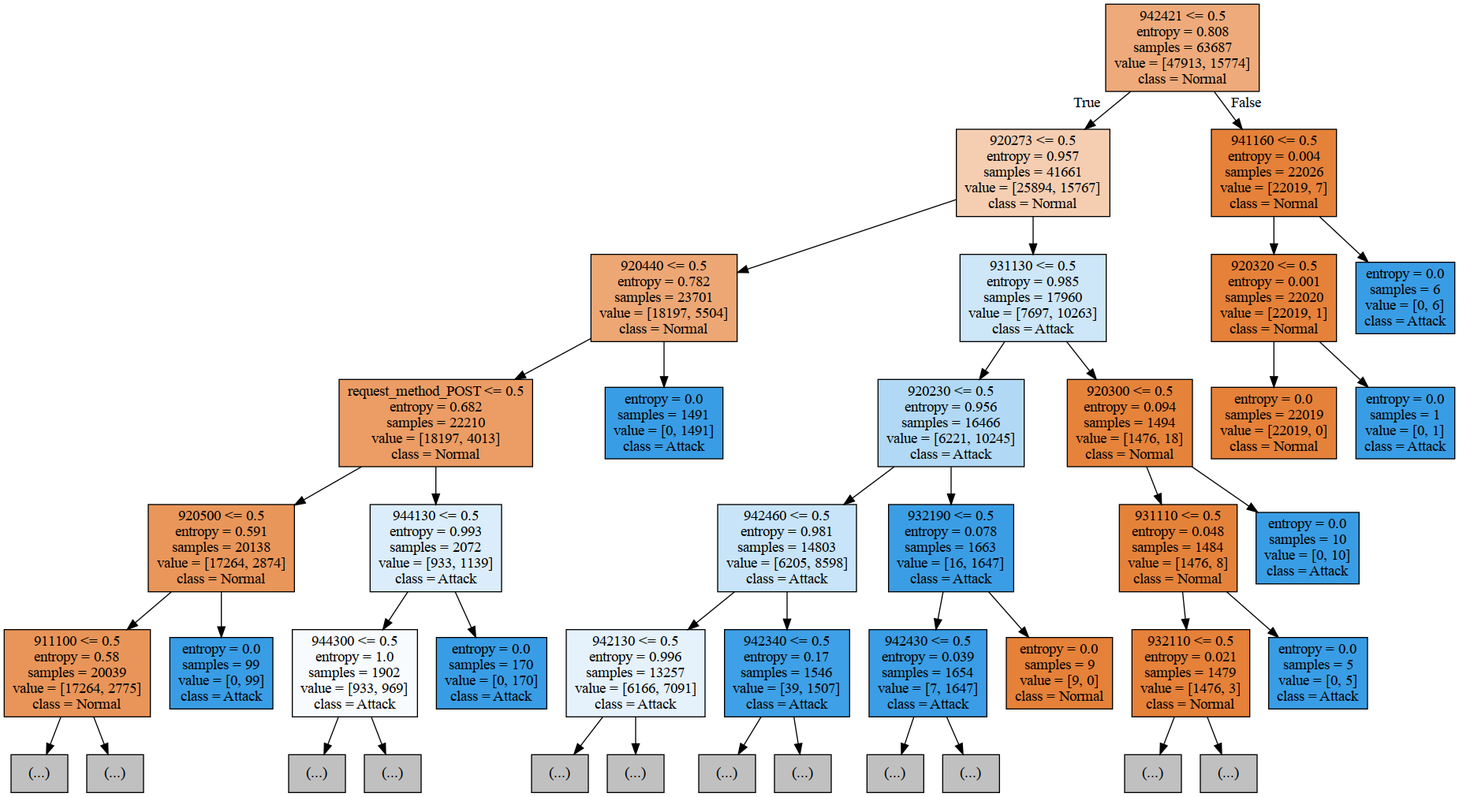
Earlier version of the Graphviz export ml-model/decision_tree.png (ngoctint1lvc/waf). Its source is kept beside it as ml-model/decision_tree.dot.
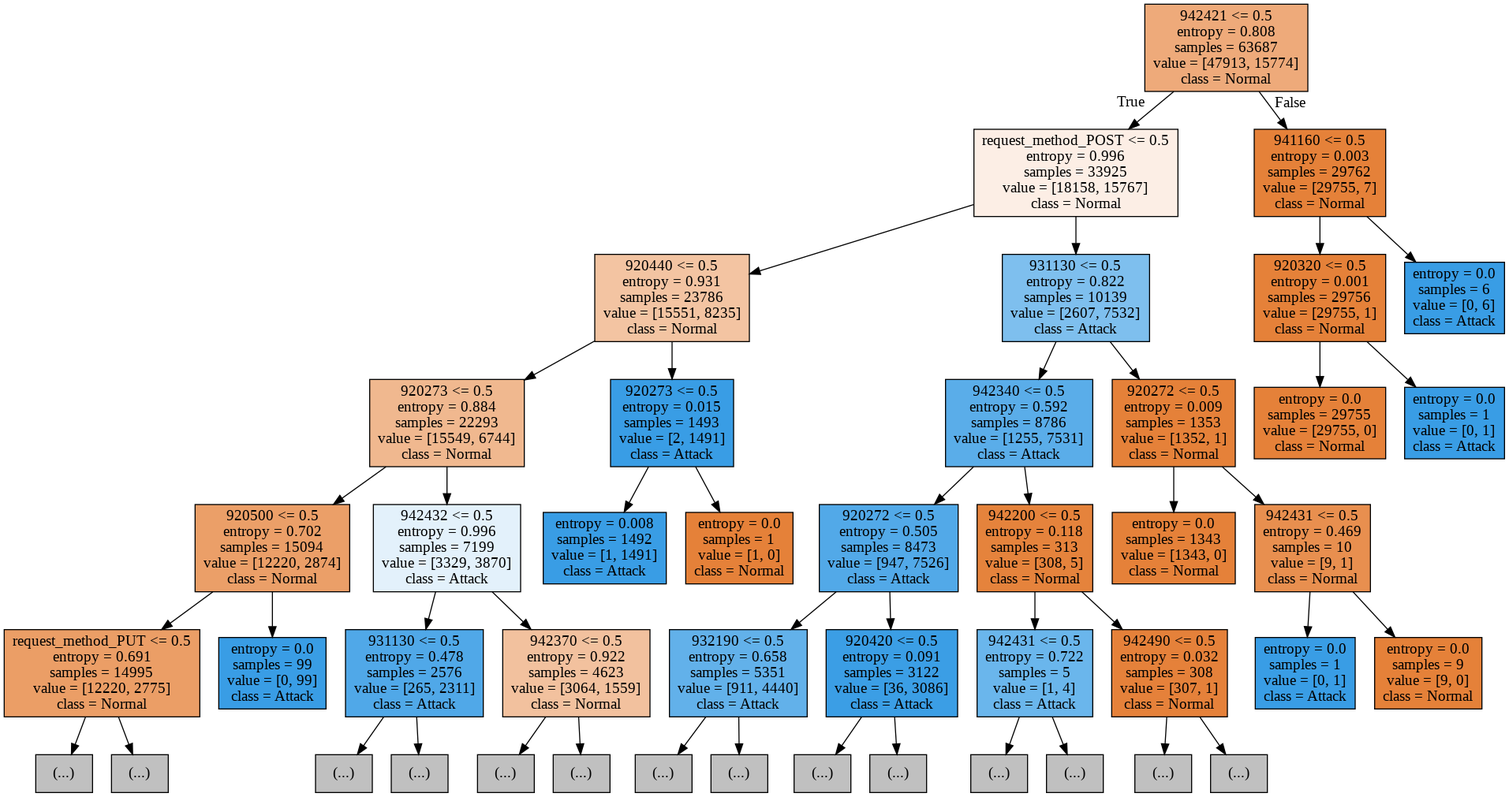
Above is the later version.

What changed in the source:
```diff
@@ -1,84 +1,112 @@
 digraph Tree {
 node [shape=box, style="filled", color="black"] ;
-0 [label="942421 <= 0.5\nentropy = 0.808\nsamples = 63687\nvalue = [47913, 15774]\nclass = Normal", fillcolor="#eeaa7a"] ;
-1 [label="920273 <= 0.5\nentropy = 0.957\nsamples = 41661\nvalue = [25894, 15767]\nclass = Normal", fillcolor="#f5ceb2"] ;
+0 [label="942421 <= 0.5\nentropy = 0.65\nsamples = 141158\nvalue = [117646, 23512]\nclass = Normal", fillcolor="#ea9a61"] ;
+1 [label="920273 <= 0.5\nentropy = 0.84\nsamples = 87431\nvalue = [63931, 23500]\nclass = Normal", fillcolor="#efaf82"] ;
 0 -> 1 [labeldistance=2.5, labelangle=45, headlabel="True"] ;
-2 [label="920440 <= 0.5\nentropy = 0.782\nsamples = 23701\nvalue = [18197, 5504]\nclass = Normal", fillcolor="#eda775"] ;
+2 [label="920440 <= 0.5\nentropy = 0.619\nsamples = 53155\nvalue = [44995, 8160]\nclass = Normal", fillcolor="#ea985d"] ;
 1 -> 2 ;
-3 [label="request_method_POST <= 0.5\nentropy = 0.682\nsamples = 22210\nvalue = [18197, 4013]\nclass = Normal", fillcolor="#eb9d65"] ;
+3 [label="request_method_POST <= 0.5\nentropy = 0.52\nsamples = 50943\nvalue = [44992, 5951]\nclass = Normal", fillcolor="#e89253"] ;
 2 -> 3 ;
-4 [label="920500 <= 0.5\nentropy = 0.591\nsamples = 20138\nvalue = [17264, 2874]\nclass = Normal", fillcolor="#e9965a"] ;
+4 [label="920500 <= 0.5\nentropy = 0.442\nsamples = 46895\nvalue = [42599, 4296]\nclass = Normal", fillcolor="#e88e4d"] ;
 3 -> 4 ;
-5 [label="911100 <= 0.5\nentropy = 0.58\nsamples = 20039\nvalue = [17264, 2775]\nclass = Normal", fillcolor="#e99559"] ;
+5 [label="request_method_PUT <= 0.5\nentropy = 0.431\nsamples = 46735\nvalue = [42599, 4136]\nclass = Normal", fillcolor="#e88d4c"] ;
 4 -> 5 ;
 6 [label="(...)", fillcolor="#C0C0C0"] ;
 5 -> 6 ;
-43 [label="(...)", fillcolor="#C0C0C0"] ;
-5 -> 43 ;
-44 [label="entropy = 0.0\nsamples = 99\nvalue = [0, 99]\nclass = Attack", fillcolor="#399de5"] ;
-4 -> 44 ;
-45 [label="944130 <= 0.5\nentropy = 0.993\nsamples = 2072\nvalue = [933, 1139]\nclass = Attack", fillcolor="#dbedfa"] ;
-3 -> 45 ;
-46 [label="944300 <= 0.5\nentropy = 1.0\nsamples = 1902\nvalue = [933, 969]\nclass = Attack", fillcolor="#f8fbfe"] ;
-45 -> 46 ;
-47 [label="(...)", fillcolor="#C0C0C0"] ;
-46 -> 47 ;
-60 [label="(...)", fillcolor="#C0C0C0"] ;
-46 -> 60 ;
-61 [label="entropy = 0.0\nsamples = 170\nvalue = [0, 170]\nclass = Attack", fillcolor="#399de5"] ;
-45 -> 61 ;
-62 [label="entropy = 0.0\nsamples = 1491\nvalue = [0, 1491]\nclass = Attack", fillcolor="#399de5"] ;
-2 -> 62 ;
-63 [label="931130 <= 0.5\nentropy = 0.985\nsamples = 17960\nvalue = [7697, 10263]\nclass = Attack", fillcolor="#cde6f8"] ;
-1 -> 63 ;
-64 [label="920230 <= 0.5\nentropy = 0.956\nsamples = 16466\nvalue = [6221, 10245]\nclass = Attack", fillcolor="#b1d9f5"] ;
-63 -> 64 ;
-65 [label="942460 <= 0.5\nentropy = 0.981\nsamples = 14803\nvalue = [6205, 8598]\nclass = Attack", fillcolor="#c8e4f8"] ;
-64 -> 65 ;
-66 [label="942130 <= 0.5\nentropy = 0.996\nsamples = 13257\nvalue = [6166, 7091]\nclass = Attack", fillcolor="#e5f2fc"] ;
-65 -> 66 ;
-67 [label="(...)", fillcolor="#C0C0C0"] ;
-66 -> 67 ;
-130 [label="(...)", fillcolor="#C0C0C0"] ;
-66 -> 130 ;
-145 [label="942340 <= 0.5\nentropy = 0.17\nsamples = 1546\nvalue = [39, 1507]\nclass = Attack", fillcolor="#3ea0e6"] ;
-65 -> 145 ;
-146 [label="(...)", fillcolor="#C0C0C0"] ;
+19 [label="(...)", fillcolor="#C0C0C0"] ;
+5 -> 19 ;
+20 [label="entropy = 0.0\nsamples = 160\nvalue = [0, 160]\nclass = Attack", fillcolor="#399de5"] ;
+4 -> 20 ;
+21 [label="944130 <= 0.5\nentropy = 0.976\nsamples = 4048\nvalue = [2393, 1655]\nclass = Normal", fillcolor="#f7d8c2"] ;
+3 -> 21 ;
+22 [label="944300 <= 0.5\nentropy = 0.952\nsamples = 3807\nvalue = [2393, 1414]\nclass = Normal", fillcolor="#f4cbae"] ;
+21 -> 22 ;
+23 [label="(...)", fillcolor="#C0C0C0"] ;
+22 -> 23 ;
+30 [label="(...)", fillcolor="#C0C0C0"] ;
+22 -> 30 ;
+31 [label="entropy = 0.0\nsamples = 241\nvalue = [0, 241]\nclass = Attack", fillcolor="#399de5"] ;
+21 -> 31 ;
+32 [label="entropy = 0.015\nsamples = 2212\nvalue = [3, 2209]\nclass = Attack", fillcolor="#399de5"] ;
+2 -> 32 ;
+33 [label="931130 <= 0.5\nentropy = 0.992\nsamples = 34276\nvalue = [18936, 15340]\nclass = Normal", fillcolor="#fae7d9"] ;
+1 -> 33 ;
+34 [label="920230 <= 0.5\nentropy = 1.0\nsamples = 30587\nvalue = [15279, 15308]\nclass = Attack", fillcolor="#ffffff"] ;
+33 -> 34 ;
+35 [label="942460 <= 0.5\nentropy = 0.995\nsamples = 28072\nvalue = [15233, 12839]\nclass = Normal", fillcolor="#fbebe0"] ;
+34 -> 35 ;
+36 [label="942130 <= 0.5\nentropy = 0.978\nsamples = 25744\nvalue = [15132, 10612]\nclass = Normal", fillcolor="#f7d9c4"] ;
+35 -> 36 ;
+37 [label="(...)", fillcolor="#C0C0C0"] ;
+36 -> 37 ;
+90 [label="(...)", fillcolor="#C0C0C0"] ;
+36 -> 90 ;
+99 [label="942340 <= 0.5\nentropy = 0.258\nsamples = 2328\nvalue = [101, 2227]\nclass = Attack", fillcolor="#42a1e6"] ;
+35 -> 99 ;
+100 [label="(...)", fillcolor="#C0C0C0"] ;
+99 -> 100 ;
+115 [label="(...)", fillcolor="#C0C0C0"] ;
+99 -> 115 ;
+116 [label="942430 <= 0.5\nentropy = 0.132\nsamples = 2515\nvalue = [46, 2469]\nclass = Attack", fillcolor="#3d9fe5"] ;
+34 -> 116 ;
+117 [label="942431 <= 0.5\nentropy = 0.015\nsamples = 2176\nvalue = [3, 2173]\nclass = Attack", fillcolor="#399de5"] ;
+116 -> 117 ;
+118 [label="(...)", fillcolor="#C0C0C0"] ;
+117 -> 118 ;
+119 [label="(...)", fillcolor="#C0C0C0"] ;
+117 -> 119 ;
+124 [label="941160 <= 0.5\nentropy = 0.549\nsamples = 339\nvalue = [43, 296]\nclass = Attack", fillcolor="#56abe9"] ;
+116 -> 124 ;
+125 [label="(...)", fillcolor="#C0C0C0"] ;
+124 -> 125 ;
+126 [label="(...)", fillcolor="#C0C0C0"] ;
+124 -> 126 ;
+127 [label="request_method_GET <= 0.5\nentropy = 0.072\nsamples = 3689\nvalue = [3657, 32]\nclass = Normal", fillcolor="#e5823b"] ;
+33 -> 127 ;
+128 [label="942432 <= 0.5\nentropy = 0.009\nsamples = 2468\nvalue = [2466, 2]\nclass = Normal", fillcolor="#e58139"] ;
+127 -> 128 ;
+129 [label="entropy = 0.013\nsamples = 1797\nvalue = [1795, 2]\nclass = Normal", fillcolor="#e58139"] ;
+128 -> 129 ;
+130 [label="entropy = 0.0\nsamples = 671\nvalue = [671, 0]\nclass = Normal", fillcolor="#e58139"] ;
+128 -> 130 ;
+131 [label="942432 <= 0.5\nentropy = 0.166\nsamples = 1221\nvalue = [1191, 30]\nclass = Normal", fillcolor="#e6843e"] ;
+127 -> 131 ;
+132 [label="entropy = 0.801\nsamples = 82\nvalue = [62, 20]\nclass = Normal", fillcolor="#edaa79"] ;
+131 -> 132 ;
+133 [label="942460 <= 0.5\nentropy = 0.073\nsamples = 1139\nvalue = [1129, 10]\nclass = Normal", fillcolor="#e5823b"] ;
+131 -> 133 ;
+134 [label="(...)", fillcolor="#C0C0C0"] ;
+133 -> 134 ;
+143 [label="(...)", fillcolor="#C0C0C0"] ;
+133 -> 143 ;
+144 [label="942440 <= 0.5\nentropy = 0.003\nsamples = 53727\nvalue = [53715, 12]\nclass = Normal", fillcolor="#e58139"] ;
+0 -> 144 [labeldistance=2.5, labelangle=-45, headlabel="False"] ;
+145 [label="942432 <= 0.5\nentropy = 0.007\nsamples = 21562\nvalue = [21550, 12]\nclass = Normal", fillcolor="#e58139"] ;
+144 -> 145 ;
+146 [label="942420 <= 0.5\nentropy = 0.018\nsamples = 7257\nvalue = [7245, 12]\nclass = Normal", fillcolor="#e58139"] ;
 145 -> 146 ;
-169 [label="(...)", fillcolor="#C0C0C0"] ;
-145 -> 169 ;
-172 [label="932190 <= 0.5\nentropy = 0.078\nsamples = 1663\nvalue = [16, 1647]\nclass = Attack", fillcolor="#3b9ee5"] ;
-64 -> 172 ;
-173 [label="942430 <= 0.5\nentropy = 0.039\nsamples = 1654\nvalue = [7, 1647]\nclass = Attack", fillcolor="#3a9de5"] ;
-172 -> 173 ;
-174 [label="(...)", fillcolor="#C0C0C0"] ;
-173 -> 174 ;
-175 [label="(...)", fillcolor="#C0C0C0"] ;
-173 -> 175 ;
-178 [label="entropy = 0.0\nsamples = 9\nvalue = [9, 0]\nclass = Normal", fillcolor="#e58139"] ;
-172 -> 178 ;
-179 [label="920300 <= 0.5\nentropy = 0.094\nsamples = 1494\nvalue = [1476, 18]\nclass = Normal", fillcolor="#e5833b"] ;
-63 -> 179 ;
-180 [label="931110 <= 0.5\nentropy = 0.048\nsamples = 1484\nvalue = [1476, 8]\nclass = Normal", fillcolor="#e5823a"] ;
-179 -> 180 ;
-181 [label="932110 <= 0.5\nentropy = 0.021\nsamples = 1479\nvalue = [1476, 3]\nclass = Normal", fillcolor="#e58139"] ;
-180 -> 181 ;
-182 [label="(...)", fillcolor="#C0C0C0"] ;
-181 -> 182 ;
-189 [label="(...)", fillcolor="#C0C0C0"] ;
-181 -> 189 ;
-190 [label="entropy = 0.0\nsamples = 5\nvalue = [0, 5]\nclass = Attack", fillcolor="#399de5"] ;
-180 -> 190 ;
-191 [label="entropy = 0.0\nsamples = 10\nvalue = [0, 10]\nclass = Attack", fillcolor="#399de5"] ;
-179 -> 191 ;
-192 [label="941160 <= 0.5\nentropy = 0.004\nsamples = 22026\nvalue = [22019, 7]\nclass = Normal", fillcolor="#e58139"] ;
-0 -> 192 [labeldistance=2.5, labelangle=-45, headlabel="False"] ;
-193 [label="920320 <= 0.5\nentropy = 0.001\nsamples = 22020\nvalue = [22019, 1]\nclass = Normal", fillcolor="#e58139"] ;
-192 -> 193 ;
-194 [label="entropy = 0.0\nsamples = 22019\nvalue = [22019, 0]\nclass = Normal", fillcolor="#e58139"] ;
-193 -> 194 ;
-195 [label="entropy = 0.0\nsamples = 1\nvalue = [0, 1]\nclass = Attack", fillcolor="#399de5"] ;
-193 -> 195 ;
-196 [label="entropy = 0.0\nsamples = 6\nvalue = [0, 6]\nclass = Attack", fillcolor="#399de5"] ;
-192 -> 196 ;
+147 [label="request_method_GET <= 0.5\nentropy = 0.009\nsamples = 5572\nvalue = [5568, 4]\nclass = Normal", fillcolor="#e58139"] ;
+146 -> 147 ;
+148 [label="entropy = 0.0\nsamples = 1879\nvalue = [1879, 0]\nclass = Normal", fillcolor="#e58139"] ;
+147 -> 148 ;
+149 [label="920273 <= 0.5\nentropy = 0.012\nsamples = 3693\nvalue = [3689, 4]\nclass = Normal", fillcolor="#e58139"] ;
+147 -> 149 ;
+150 [label="(...)", fillcolor="#C0C0C0"] ;
+149 -> 150 ;
+157 [label="(...)", fillcolor="#C0C0C0"] ;
+149 -> 157 ;
+158 [label="942490 <= 0.5\nentropy = 0.043\nsamples = 1685\nvalue = [1677, 8]\nclass = Normal", fillcolor="#e5823a"] ;
+146 -> 158 ;
+159 [label="920273 <= 0.5\nentropy = 0.12\nsamples = 491\nvalue = [483, 8]\nclass = Normal", fillcolor="#e5833c"] ;
+158 -> 159 ;
+160 [label="(...)", fillcolor="#C0C0C0"] ;
+159 -> 160 ;
+163 [label="(...)", fillcolor="#C0C0C0"] ;
+159 -> 163 ;
+164 [label="entropy = 0.0\nsamples = 1194\nvalue = [1194, 0]\nclass = Normal", fillcolor="#e58139"] ;
+158 -> 164 ;
+165 [label="entropy = 0.0\nsamples = 14305\nvalue = [14305, 0]\nclass = Normal", fillcolor="#e58139"] ;
+145 -> 165 ;
+166 [label="entropy = 0.0\nsamples = 32165\nvalue = [32165, 0]\nclass = Normal", fillcolor="#e58139"] ;
+144 -> 166 ;
 }
```
